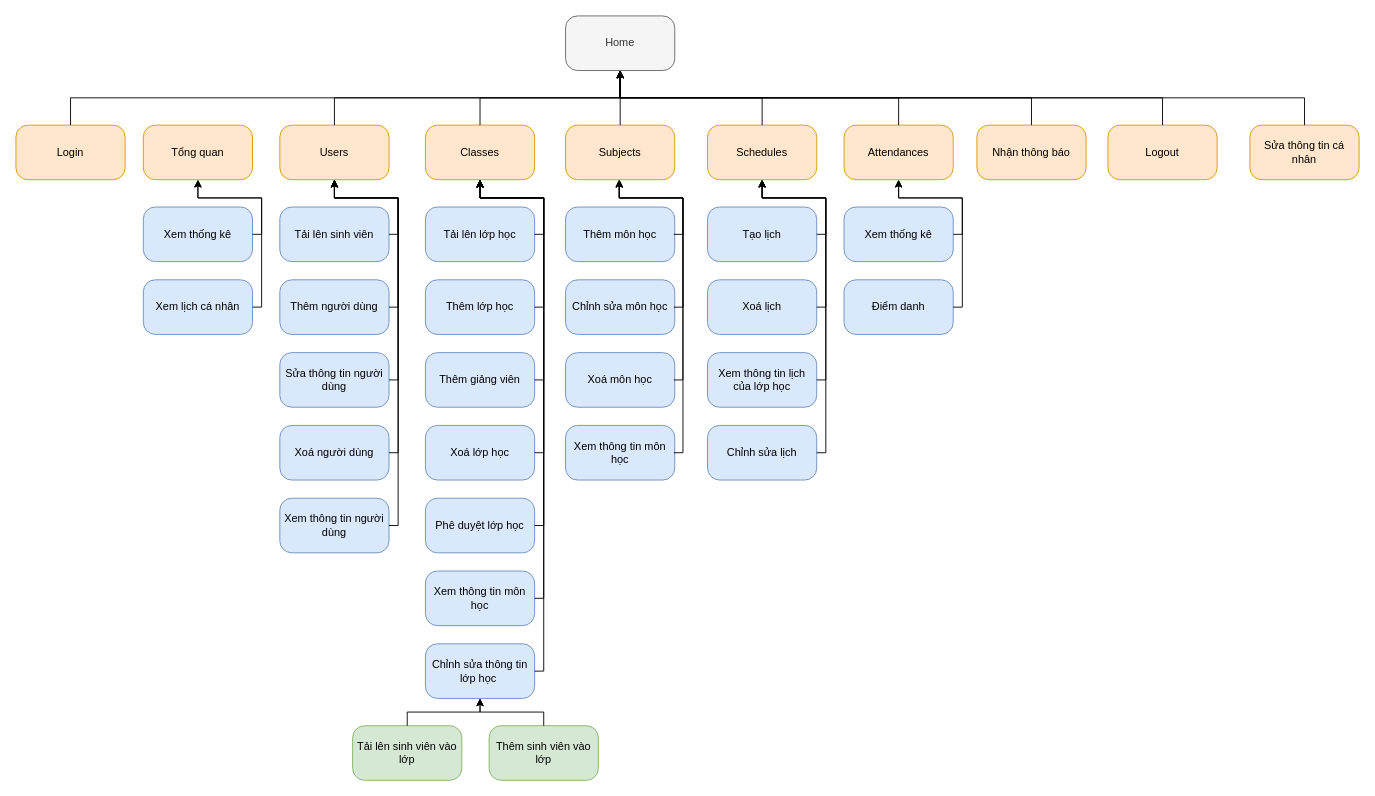
Before: page "Admin,SuperAdmin" (1 of 3) of Document/Sodotrangweb.drawio in Prox404/doAn2J2schoolTeam21, a draw.io diagram. Source tidied: cells renumbered, new cells numbered last; positions are measured from the earlier drawing's top-left corner, leaving out a move shared by most shapes. Both pictures are drawn from the tidied source at 91%, with x=0, y=0 at pixel (15, 15).
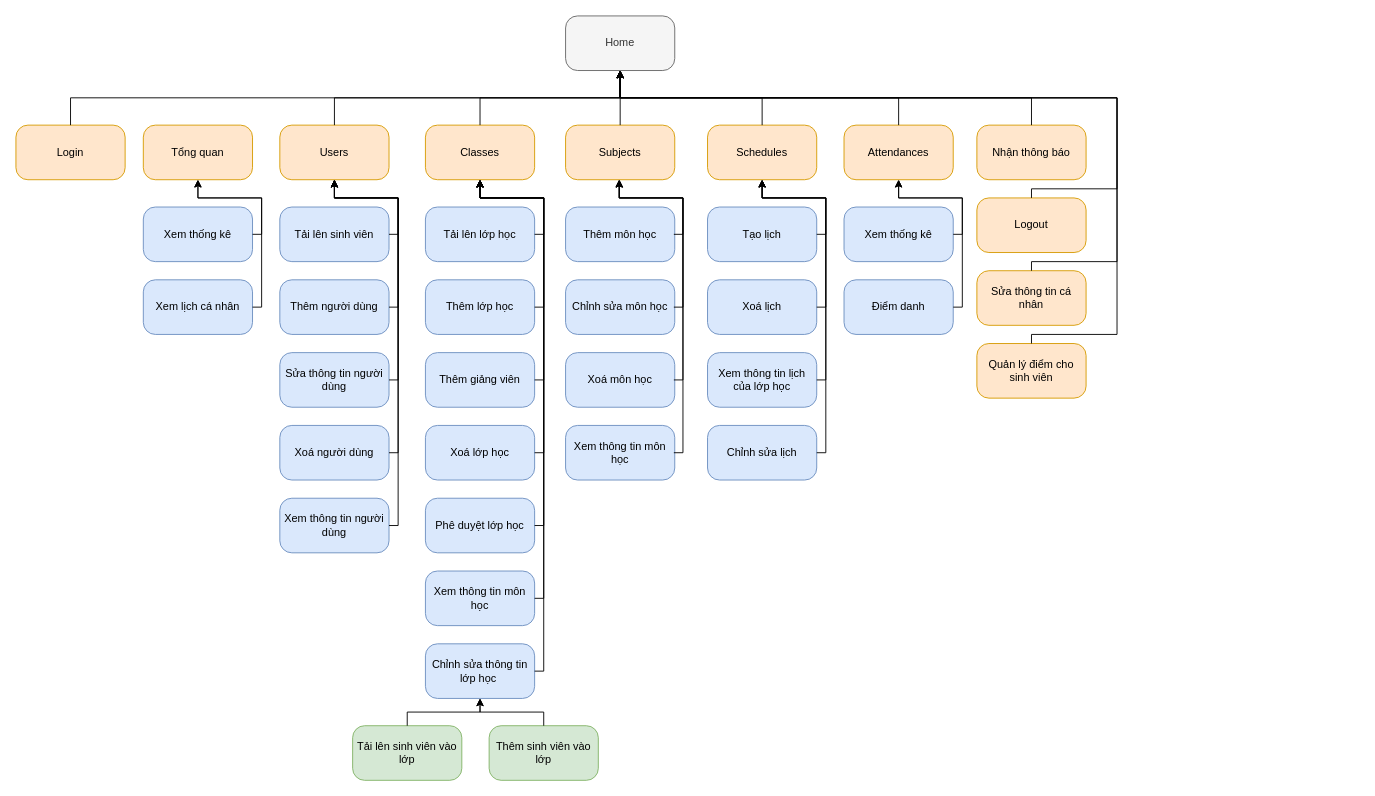
The same diagram, later.

Unchanged cells that the change refers to:
```xml
<mxCell id="2" value="Home" style="rounded=1;whiteSpace=wrap;html=1;arcSize=22;fillColor=#f5f5f5;strokeColor=#666666;fontColor=#333333;" parent="1" vertex="1">
  <mxGeometry x="604" width="120" height="60" as="geometry" />
</mxCell>
```

What changed in the source:
```diff
@@
     <mxCell id="8" value="Logout" style="rounded=1;whiteSpace=wrap;html=1;arcSize=22;fillColor=#ffe6cc;strokeColor=#d79b00;" parent="1" vertex="1">
-      <mxGeometry x="1200" y="120" width="120" height="60" as="geometry" />
+      <mxGeometry x="1056" y="200" width="120" height="60" as="geometry" />
     </mxCell>
@@
     <mxCell id="10" style="endArrow=classic;html=1;rounded=0;exitX=0.5;exitY=0;exitDx=0;exitDy=0;entryX=0.5;entryY=1;entryDx=0;entryDy=0;edgeStyle=orthogonalEdgeStyle;" parent="1" edge="1" source="8" target="2">
-      <mxGeometry relative="1" as="geometry" />
+      <mxGeometry relative="1" as="geometry">
+        <Array as="points">
+          <mxPoint x="1116" y="190" />
+          <mxPoint x="1210" y="190" />
+          <mxPoint x="1210" y="90" />
+          <mxPoint x="664" y="90" />
+        </Array>
+      </mxGeometry>
     </mxCell>
@@
     <mxCell id="72" value="Sửa thông tin cá nhân" style="rounded=1;whiteSpace=wrap;html=1;arcSize=22;fillColor=#ffe6cc;strokeColor=#d79b00;" parent="1" vertex="1">
-      <mxGeometry x="1356" y="120" width="120" height="60" as="geometry" />
+      <mxGeometry x="1056" y="280" width="120" height="60" as="geometry" />
     </mxCell>
     <mxCell id="73" style="endArrow=classic;html=1;rounded=0;exitX=0.5;exitY=0;exitDx=0;exitDy=0;entryX=0.5;entryY=1;entryDx=0;entryDy=0;edgeStyle=orthogonalEdgeStyle;" parent="1" edge="1" source="72" target="2">
-      <mxGeometry relative="1" as="geometry" />
+      <mxGeometry relative="1" as="geometry">
+        <Array as="points">
+          <mxPoint x="1116" y="270" />
+          <mxPoint x="1210" y="270" />
+          <mxPoint x="1210" y="90" />
+          <mxPoint x="664" y="90" />
+        </Array>
+      </mxGeometry>
     </mxCell>
+    <mxCell id="74" value="Quản lý điểm cho sinh viên" style="rounded=1;whiteSpace=wrap;html=1;arcSize=22;fillColor=#ffe6cc;strokeColor=#d79b00;" parent="1" vertex="1">
+      <mxGeometry x="1056" y="360" width="120" height="60" as="geometry" />
+    </mxCell>
+    <mxCell id="75" style="endArrow=classic;html=1;rounded=0;exitX=0.5;exitY=0;exitDx=0;exitDy=0;entryX=0.5;entryY=1;entryDx=0;entryDy=0;edgeStyle=orthogonalEdgeStyle;" parent="1" edge="1" source="74" target="2">
+      <mxGeometry relative="1" as="geometry">
+        <Array as="points">
+          <mxPoint x="1116" y="350" />
+          <mxPoint x="1210" y="350" />
+          <mxPoint x="1210" y="90" />
+          <mxPoint x="664" y="90" />
+        </Array>
+      </mxGeometry>
+    </mxCell>
```
